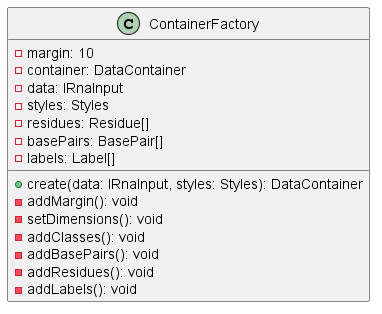
The PlantUML diagram img/containerFactory.png in michalhercik/bachelor-thesis, before a commit.
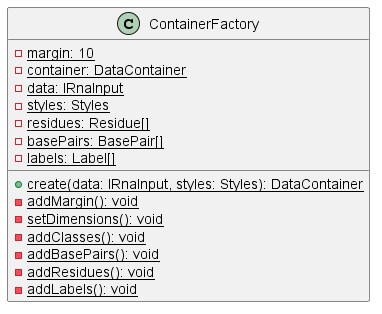
After the commit.

Commit message:
vstupni data && programovaci jazyk

The edit, as a diff of the source:
```diff
@@ -1,18 +1,18 @@
 @startuml
 class ContainerFactory {
-    -margin: 10
-    -container: DataContainer
-    -data: IRnaInput
-    -styles: Styles
-    -residues: Residue[]
-    -basePairs: BasePair[]
-    -labels: Label[]
-    +create(data: IRnaInput, styles: Styles): DataContainer
-    -addMargin(): void
-    -setDimensions(): void
-    -addClasses(): void
-    -addBasePairs(): void
-    -addResidues(): void
-    -addLabels(): void
+    -{static} margin: 10
+    -{static} container: DataContainer
+    -{static} data: IRnaInput
+    -{static} styles: Styles
+    -{static} residues: Residue[]
+    -{static} basePairs: BasePair[]
+    -{static} labels: Label[]
+    +{static} create(data: IRnaInput, styles: Styles): DataContainer
+    -{static} addMargin(): void
+    -{static} setDimensions(): void
+    -{static} addClasses(): void
+    -{static} addBasePairs(): void
+    -{static} addResidues(): void
+    -{static} addLabels(): void
 }
 @enduml
```
